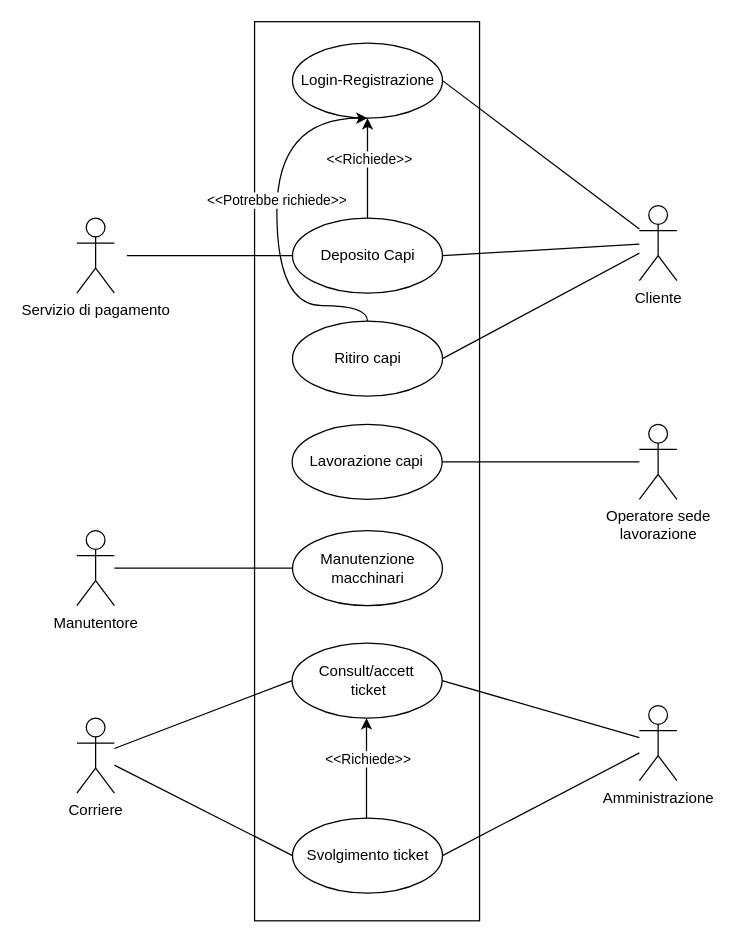
Before: Docs/4 - Diagramma_Casi_D'uso/4 - Diagramma casi d'uso.drawio in IngSW-unipv/Progetto-M25, a draw.io diagram. Source tidied: cells renumbered, new cells numbered last; positions are measured from the earlier drawing's top-left corner, leaving out a move shared by most shapes. Both pictures are drawn from the tidied source at 125%, with x=0, y=0 at pixel (-84, 42).
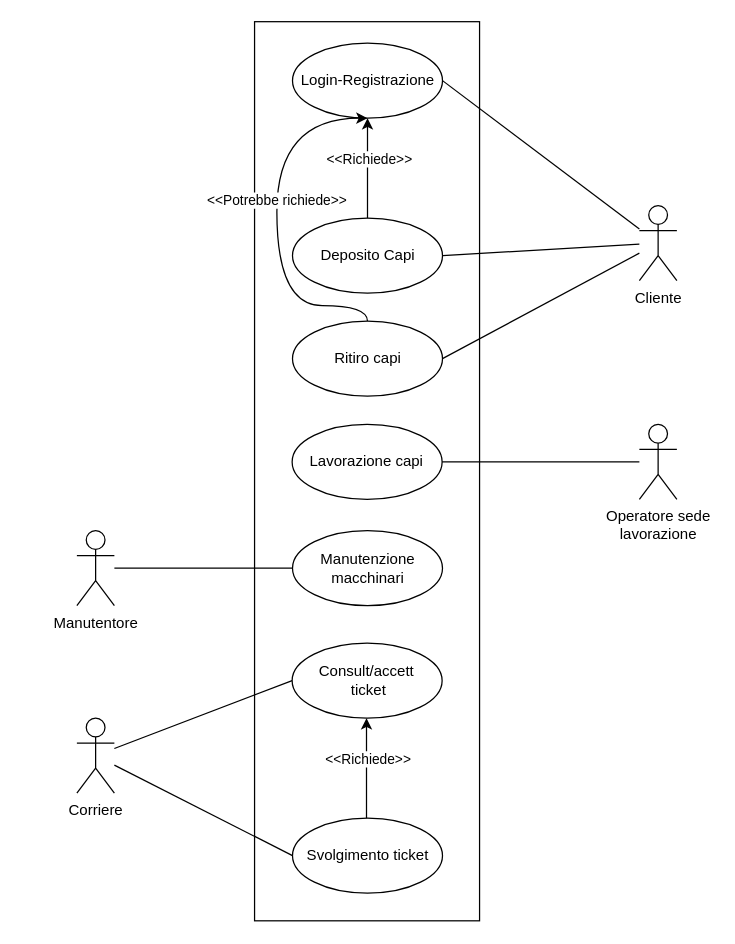
The same diagram, later.

Unchanged cells that the change refers to:
```xml
<mxCell id="8" value="Deposito Capi" style="ellipse;whiteSpace=wrap;html=1;" parent="1" vertex="1">
  <mxGeometry x="300.5" y="140" width="120" height="60" as="geometry" />
</mxCell>
<mxCell id="15" value="Svolgimento ticket" style="ellipse;whiteSpace=wrap;html=1;" parent="1" vertex="1">
  <mxGeometry x="300.5" y="620" width="120" height="60" as="geometry" />
</mxCell>
<mxCell id="16" value="Consult/accett&lt;br&gt;&amp;nbsp;ticket" style="ellipse;whiteSpace=wrap;html=1;" parent="1" vertex="1">
  <mxGeometry x="300.2" y="480" width="120" height="60" as="geometry" />
</mxCell>
```

The edit, as a diff of the source:
```diff
@@
-    <mxCell id="6" value="Amministrazione" style="shape=umlActor;verticalLabelPosition=bottom;verticalAlign=top;html=1;outlineConnect=0;" parent="1" vertex="1">
-      <mxGeometry x="578" y="530" width="30" height="60" as="geometry" />
-    </mxCell>
@@
-    <mxCell id="28" value="Servizio di pagamento" style="shape=umlActor;verticalLabelPosition=bottom;verticalAlign=top;html=1;" parent="1" vertex="1">
-      <mxGeometry x="128" y="140" width="30" height="60" as="geometry" />
-    </mxCell>
-    <mxCell id="29" style="endArrow=none;html=1;rounded=0;curved=1;entryX=0;entryY=0.5;entryDx=0;entryDy=0;" parent="1" edge="1" target="8">
-      <mxGeometry relative="1" as="geometry">
-        <mxPoint x="168" y="170" as="sourcePoint" />
-      </mxGeometry>
-    </mxCell>
-    <mxCell id="30" style="endArrow=none;html=1;rounded=0;entryX=1;entryY=0.5;entryDx=0;entryDy=0;" parent="1" edge="1" source="6" target="16">
-      <mxGeometry relative="1" as="geometry" />
-    </mxCell>
-    <mxCell id="31" style="endArrow=none;html=1;rounded=0;exitX=1;exitY=0.5;exitDx=0;exitDy=0;" parent="1" edge="1" source="15" target="6">
-      <mxGeometry relative="1" as="geometry" />
-    </mxCell>
```
